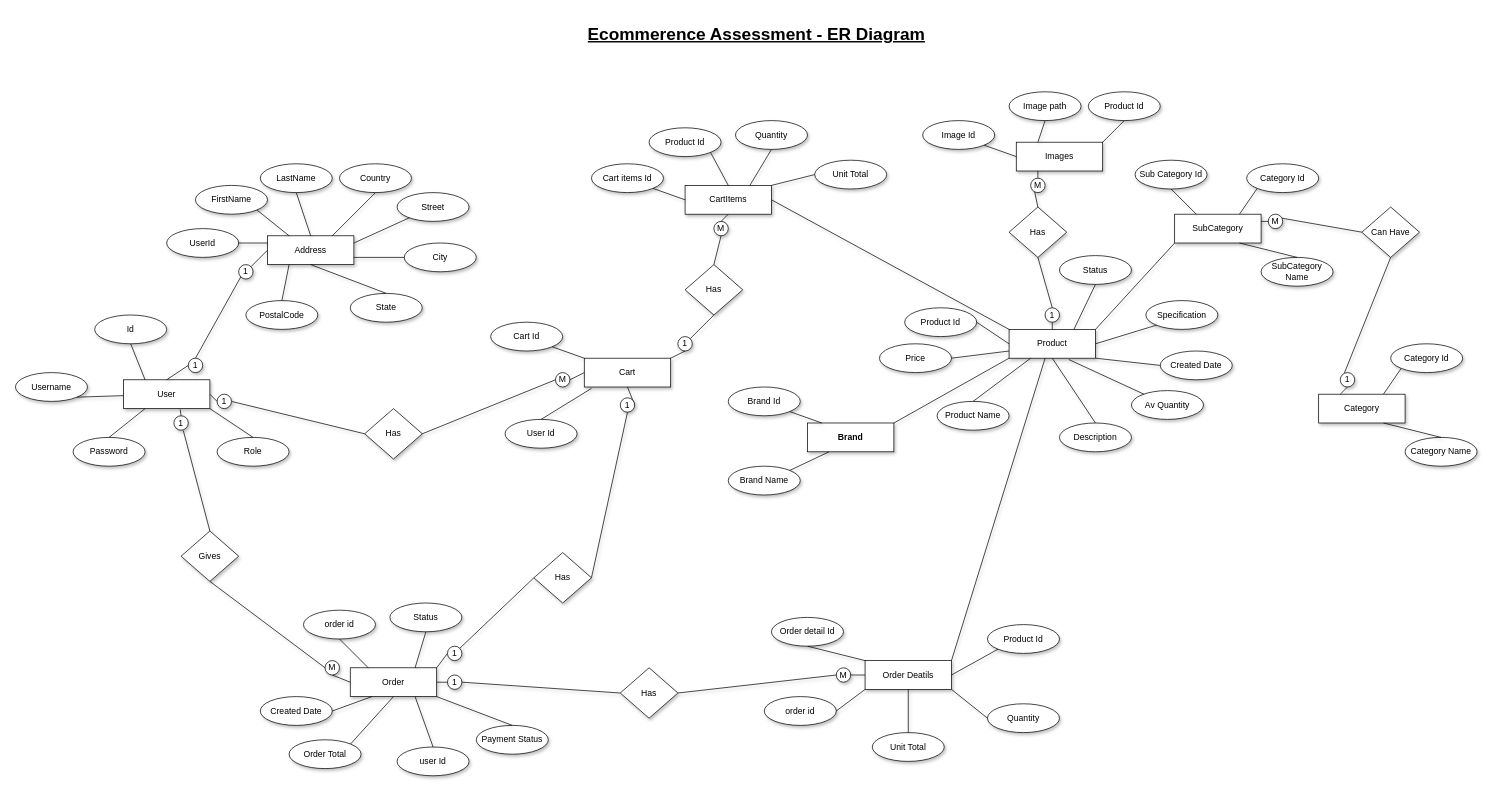
Above: page "ER Diagram" (3 of 4) of Untitled Diagram.drawio in buddikatdk/ecommerence-project (draw.io), before the change. Source tidied: cells renumbered, new cells numbered last; positions are measured from the earlier drawing's top-left corner, leaving out a move shared by most shapes. Both pictures are drawn from the tidied source at 72%, with x=0, y=0 at pixel (15, 19).
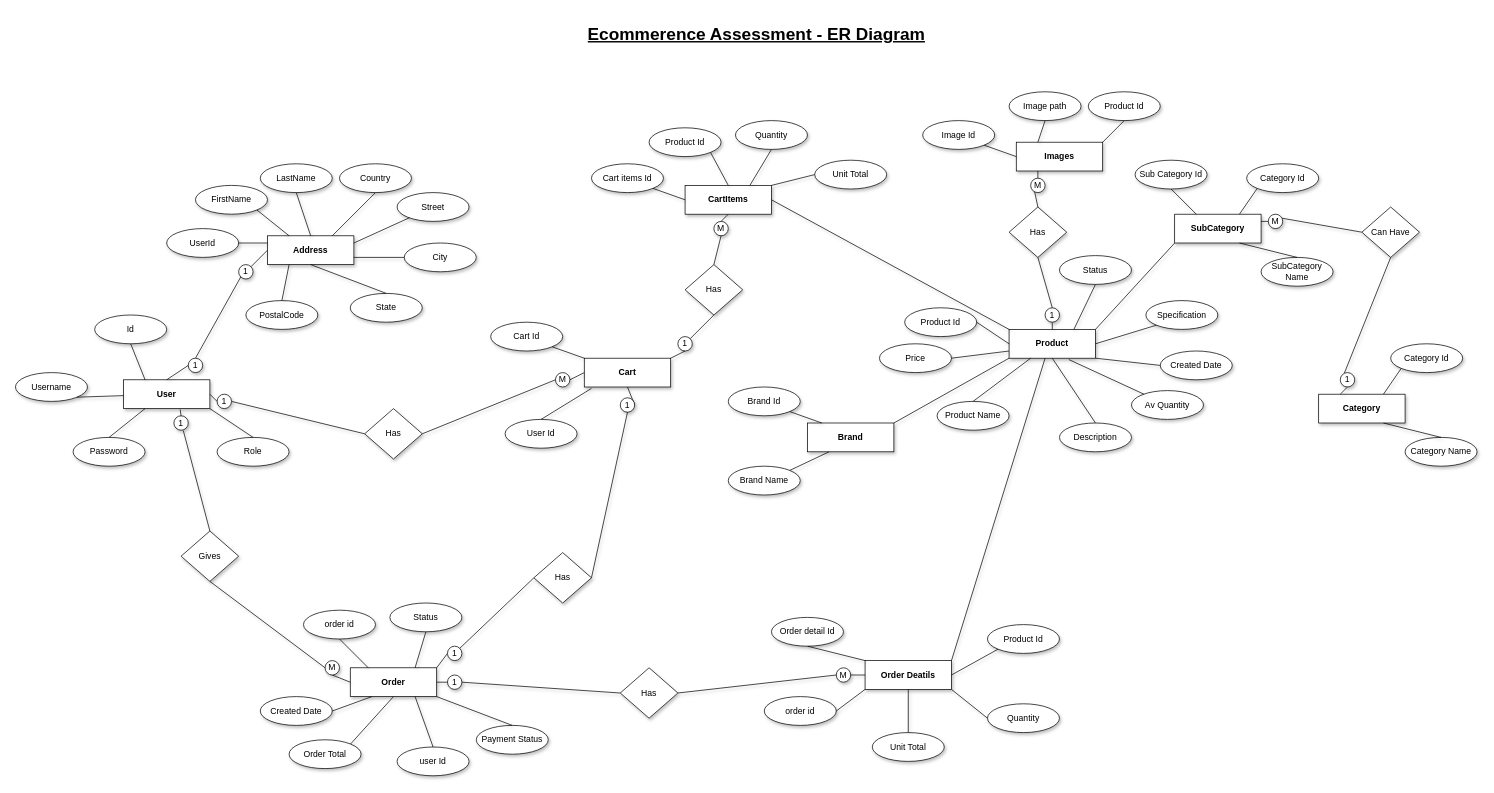
Above is the later version.

Change to the diagram source:
```diff
@@
-    <mxCell id="2" value="User" style="rounded=0;whiteSpace=wrap;html=1;shadow=1;" parent="1" vertex="1">
+    <mxCell id="2" value="&lt;b&gt;User&lt;/b&gt;" style="rounded=0;whiteSpace=wrap;html=1;shadow=1;" parent="1" vertex="1">
       <mxGeometry x="150" y="500" width="120" height="40" as="geometry" />
     </mxCell>
@@
-    <mxCell id="10" value="Address" style="rounded=0;whiteSpace=wrap;html=1;shadow=1;" parent="1" vertex="1">
+    <mxCell id="10" value="&lt;b&gt;Address&lt;/b&gt;" style="rounded=0;whiteSpace=wrap;html=1;shadow=1;" parent="1" vertex="1">
       <mxGeometry x="350" y="300" width="120" height="40" as="geometry" />
     </mxCell>
@@
-    <mxCell id="35" value="Cart" style="rounded=0;whiteSpace=wrap;html=1;shadow=1;" parent="1" vertex="1">
+    <mxCell id="35" value="&lt;b&gt;Cart&lt;/b&gt;" style="rounded=0;whiteSpace=wrap;html=1;shadow=1;" parent="1" vertex="1">
       <mxGeometry x="790" y="470" width="120" height="40" as="geometry" />
     </mxCell>
-    <mxCell id="36" value="CartItems" style="rounded=0;whiteSpace=wrap;html=1;shadow=1;" parent="1" vertex="1">
+    <mxCell id="36" value="&lt;b&gt;CartItems&lt;/b&gt;" style="rounded=0;whiteSpace=wrap;html=1;shadow=1;" parent="1" vertex="1">
       <mxGeometry x="930" y="230" width="120" height="40" as="geometry" />
     </mxCell>
@@
-    <mxCell id="59" value="Product" style="rounded=0;whiteSpace=wrap;html=1;shadow=1;" parent="1" vertex="1">
+    <mxCell id="59" value="&lt;b&gt;Product&lt;/b&gt;" style="rounded=0;whiteSpace=wrap;html=1;shadow=1;" parent="1" vertex="1">
       <mxGeometry x="1380" y="430" width="120" height="40" as="geometry" />
     </mxCell>
@@
-    <mxCell id="61" value="Images" style="rounded=0;whiteSpace=wrap;html=1;shadow=1;" parent="1" vertex="1">
+    <mxCell id="61" value="&lt;b&gt;Images&lt;/b&gt;" style="rounded=0;whiteSpace=wrap;html=1;shadow=1;" parent="1" vertex="1">
       <mxGeometry x="1390" y="170" width="120" height="40" as="geometry" />
     </mxCell>
-    <mxCell id="62" value="SubCategory" style="rounded=0;whiteSpace=wrap;html=1;shadow=1;" parent="1" vertex="1">
+    <mxCell id="62" value="&lt;b&gt;SubCategory&lt;/b&gt;" style="rounded=0;whiteSpace=wrap;html=1;shadow=1;" parent="1" vertex="1">
       <mxGeometry x="1610" y="270" width="120" height="40" as="geometry" />
     </mxCell>
@@
-    <mxCell id="103" value="Order" style="rounded=0;whiteSpace=wrap;html=1;shadow=1;" parent="1" vertex="1">
+    <mxCell id="103" value="&lt;b&gt;Order&lt;/b&gt;" style="rounded=0;whiteSpace=wrap;html=1;shadow=1;" parent="1" vertex="1">
       <mxGeometry x="465" y="900" width="120" height="40" as="geometry" />
     </mxCell>
-    <mxCell id="104" value="Order Deatils" style="rounded=0;whiteSpace=wrap;html=1;shadow=1;" parent="1" vertex="1">
+    <mxCell id="104" value="&lt;b&gt;Order Deatils&lt;/b&gt;" style="rounded=0;whiteSpace=wrap;html=1;shadow=1;" parent="1" vertex="1">
       <mxGeometry x="1180" y="890" width="120" height="40" as="geometry" />
     </mxCell>
@@
-    <mxCell id="142" value="Category" style="rounded=0;whiteSpace=wrap;html=1;shadow=1;" parent="1" vertex="1">
+    <mxCell id="142" value="&lt;b&gt;Category&lt;/b&gt;" style="rounded=0;whiteSpace=wrap;html=1;shadow=1;" parent="1" vertex="1">
       <mxGeometry x="1810" y="520" width="120" height="40" as="geometry" />
     </mxCell>
```
